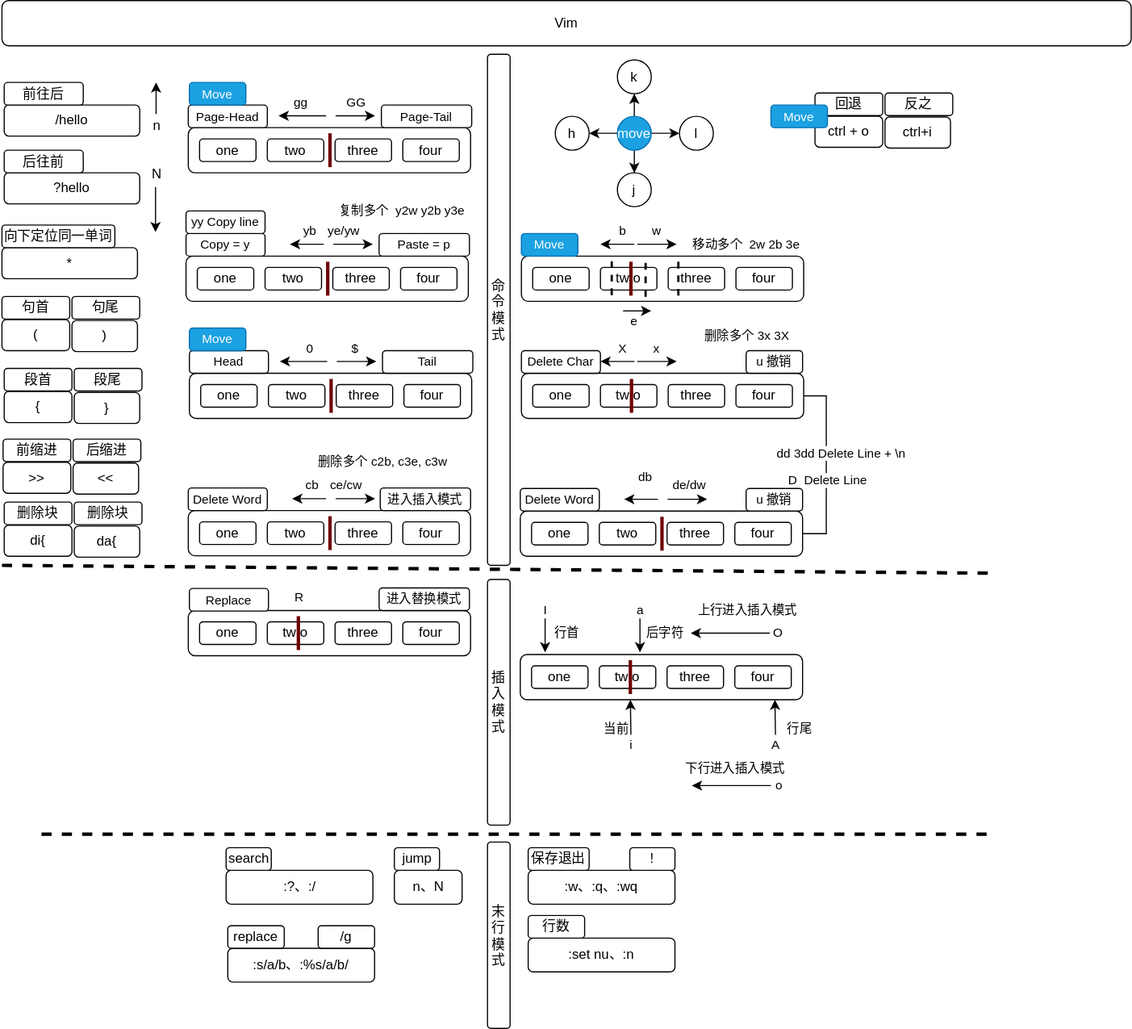
The draw.io diagram 03-工作环境/images/Vim.svg in cd-home/Root, before a commit. Source tidied: cells renumbered, new cells last; positions are measured from the earlier drawing's top-left corner, leaving out a move shared by most shapes.
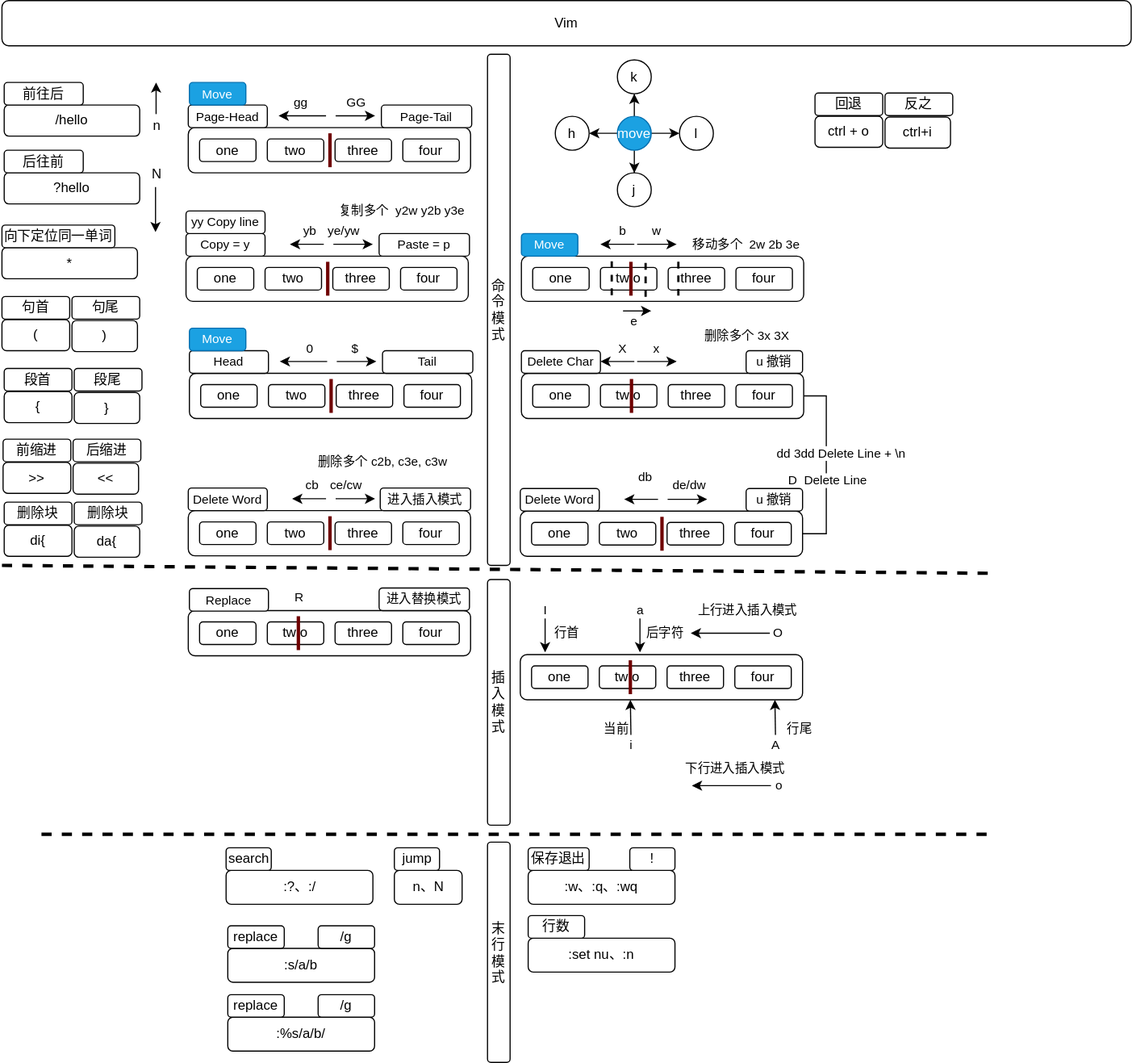
The same file after the commit.

Commit message:
😀🌴⭐🌎☀️🌈🌽: Linux Vim Up

The edit, as a diff of the source:
```diff
@@ -394,7 +394,7 @@
       <mxGeometry x="600" y="282" width="120" height="30" as="geometry" />
     </mxCell>
     <mxCell id="106" value="末行模式" style="rounded=1;whiteSpace=wrap;html=1;horizontal=1;verticalAlign=middle;" parent="1" vertex="1">
-      <mxGeometry x="430" y="745" width="20" height="165" as="geometry" />
+      <mxGeometry x="430" y="745" width="20" height="195" as="geometry" />
     </mxCell>
     <mxCell id="107" value="删除多个 c2b, c3e, c3w" style="text;html=1;strokeColor=none;fillColor=none;align=center;verticalAlign=middle;whiteSpace=wrap;rounded=0;fontSize=11;" parent="1" vertex="1">
       <mxGeometry x="260" y="392.5" width="155" height="30" as="geometry" />
@@ -594,7 +594,7 @@
     <mxCell id="161" value="jump" style="rounded=1;whiteSpace=wrap;html=1;fontSize=12;fontColor=#000000;" parent="1" vertex="1">
       <mxGeometry x="347.5" y="750" width="40" height="20" as="geometry" />
     </mxCell>
-    <mxCell id="162" value=":s/a/b、:%s/a/b/" style="rounded=1;whiteSpace=wrap;html=1;fontSize=12;fontColor=#000000;" parent="1" vertex="1">
+    <mxCell id="162" value=":s/a/b" style="rounded=1;whiteSpace=wrap;html=1;fontSize=12;fontColor=#000000;" parent="1" vertex="1">
       <mxGeometry x="200" y="839" width="130" height="30" as="geometry" />
     </mxCell>
     <mxCell id="163" value="replace" style="rounded=1;whiteSpace=wrap;html=1;fontSize=12;fontColor=#000000;" parent="1" vertex="1">
@@ -681,8 +681,14 @@
     <mxCell id="189" value="反之" style="rounded=1;whiteSpace=wrap;html=1;fontSize=12;" parent="1" vertex="1">
       <mxGeometry x="782" y="81.9" width="60" height="20" as="geometry" />
     </mxCell>
-    <mxCell id="190" value="Move" style="rounded=1;whiteSpace=wrap;html=1;fontSize=11;fillColor=#1ba1e2;fontColor=#ffffff;strokeColor=#006EAF;" parent="1" vertex="1">
-      <mxGeometry x="470" y="216.2" width="50" height="20" as="geometry" />
-    </mxCell>
+    <mxCell id="191" value=":%s/a/b/" style="rounded=1;whiteSpace=wrap;html=1;fontSize=12;fontColor=#000000;" parent="1" vertex="1">
+      <mxGeometry x="200" y="900" width="130" height="30" as="geometry" />
+    </mxCell>
+    <mxCell id="192" value="replace" style="rounded=1;whiteSpace=wrap;html=1;fontSize=12;fontColor=#000000;" parent="1" vertex="1">
+      <mxGeometry x="200" y="880" width="50" height="20" as="geometry" />
+    </mxCell>
+    <mxCell id="193" value="/g" style="rounded=1;whiteSpace=wrap;html=1;fontSize=12;fontColor=#000000;" parent="1" vertex="1">
+      <mxGeometry x="280" y="880" width="50" height="20" as="geometry" />
+    </mxCell>
   </root>
 </mxGraphModel>
```
